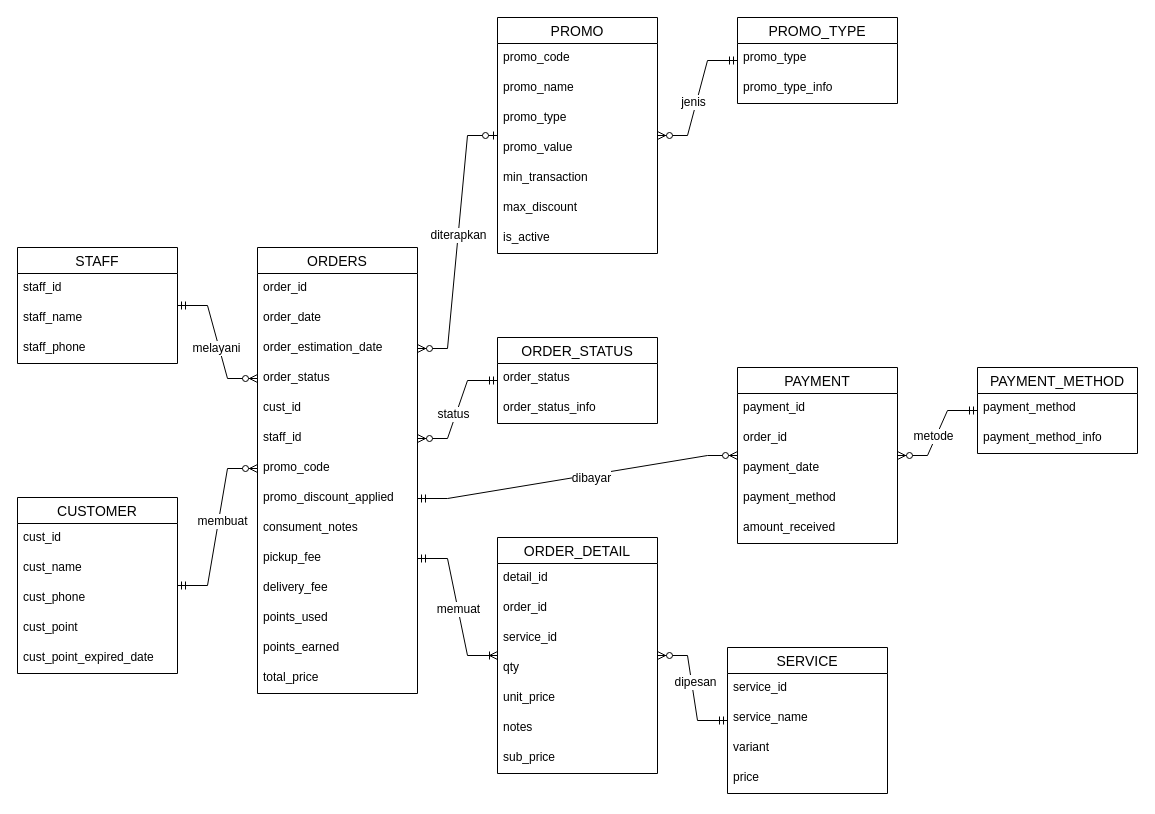
Earlier version of the draw.io diagram docs/erd-logis.drawio (restumj/laundry-project). Source tidied: cells renumbered, new cells numbered last; positions are measured from the earlier drawing's top-left corner, leaving out a move shared by most shapes. Both pictures are drawn from the tidied source at 100%, with x=0, y=0 at pixel (17, 17).
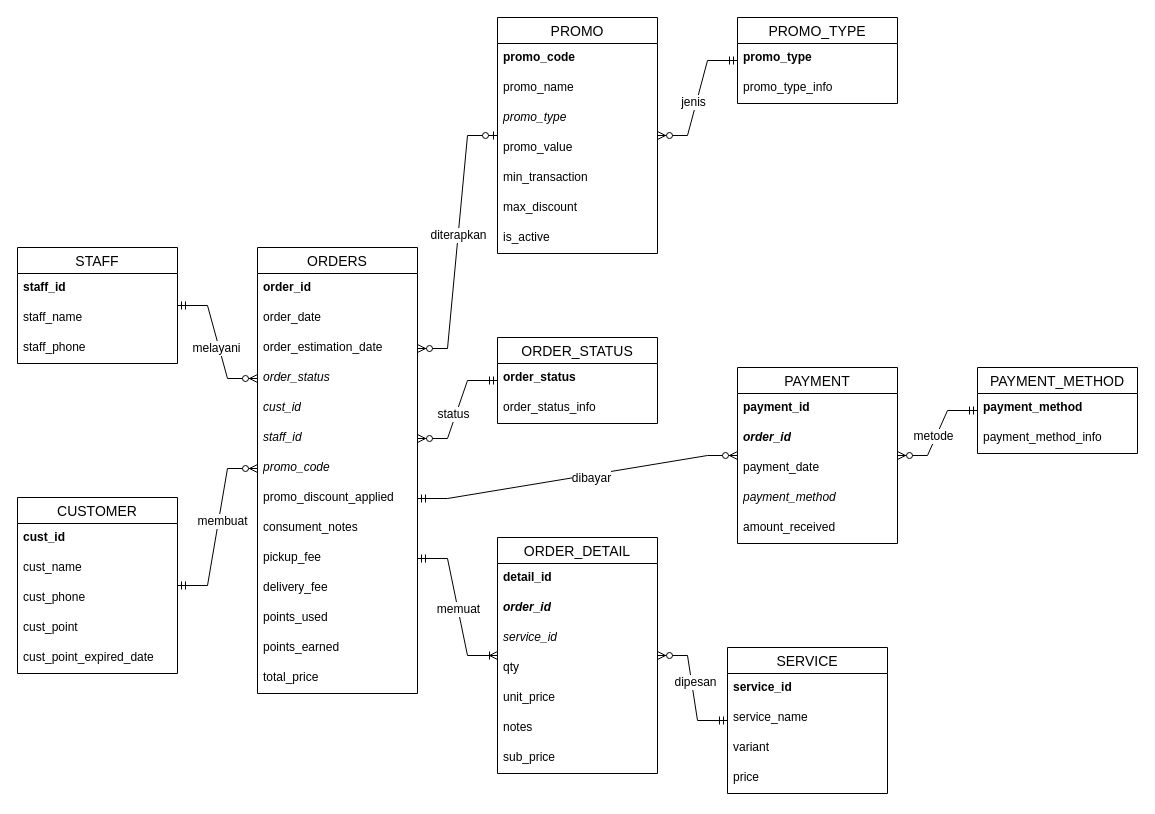
The same diagram, later.

Unchanged cells that the change refers to:
```xml
<mxCell id="2" value="ORDERS" style="swimlane;fontStyle=0;horizontal=1;startSize=26;align=center;fontSize=14;" parent="1" vertex="1">
  <mxGeometry x="240" y="230" width="160" height="446" as="geometry" />
</mxCell>
<mxCell id="17" value="ORDER_DETAIL" style="swimlane;fontStyle=0;horizontal=1;startSize=26;align=center;fontSize=14;" parent="1" vertex="1">
  <mxGeometry x="480" y="520" width="160" height="236" as="geometry" />
</mxCell>
<mxCell id="25" value="PROMO_TYPE" style="swimlane;fontStyle=0;horizontal=1;startSize=26;align=center;fontSize=14;" parent="1" vertex="1">
  <mxGeometry x="720" width="160" height="86" as="geometry" />
</mxCell>
<mxCell id="28" value="ORDER_STATUS" style="swimlane;fontStyle=0;horizontal=1;startSize=26;align=center;fontSize=14;" parent="1" vertex="1">
  <mxGeometry x="480" y="320" width="160" height="86" as="geometry" />
</mxCell>
<mxCell id="31" value="PAYMENT_METHOD" style="swimlane;fontStyle=0;horizontal=1;startSize=26;align=center;fontSize=14;" parent="1" vertex="1">
  <mxGeometry x="960" y="350" width="160" height="86" as="geometry" />
</mxCell>
<mxCell id="34" value="STAFF" style="swimlane;fontStyle=0;horizontal=1;startSize=26;align=center;fontSize=14;" parent="1" vertex="1">
  <mxGeometry y="230" width="160" height="116" as="geometry" />
</mxCell>
<mxCell id="38" value="SERVICE" style="swimlane;fontStyle=0;horizontal=1;startSize=26;align=center;fontSize=14;" parent="1" vertex="1">
  <mxGeometry x="710" y="630" width="160" height="146" as="geometry" />
</mxCell>
<mxCell id="43" value="PROMO" style="swimlane;fontStyle=0;horizontal=1;startSize=26;align=center;fontSize=14;" parent="1" vertex="1">
  <mxGeometry x="480" width="160" height="236" as="geometry" />
</mxCell>
<mxCell id="51" value="PAYMENT" style="swimlane;fontStyle=0;horizontal=1;startSize=26;align=center;fontSize=14;" parent="1" vertex="1">
  <mxGeometry x="720" y="350" width="160" height="176" as="geometry" />
</mxCell>
<mxCell id="57" value="CUSTOMER" style="swimlane;fontStyle=0;horizontal=1;startSize=26;align=center;fontSize=14;" parent="1" vertex="1">
  <mxGeometry y="480" width="160" height="176" as="geometry" />
</mxCell>
```

Diff of the diagram source:
```diff
@@
-    <mxCell id="3" value="order_id" style="text;strokeColor=none;fillColor=none;spacingLeft=4;spacingRight=4;overflow=hidden;fontSize=12;whiteSpace=wrap;html=1;" parent="2" vertex="1">
+    <mxCell id="3" value="&lt;b&gt;order_id&lt;/b&gt;" style="text;strokeColor=none;fillColor=none;spacingLeft=4;spacingRight=4;overflow=hidden;fontSize=12;whiteSpace=wrap;html=1;" parent="2" vertex="1">
       <mxGeometry y="26" width="160" height="30" as="geometry" />
     </mxCell>
@@
-    <mxCell id="6" value="order_status" style="text;strokeColor=none;fillColor=none;spacingLeft=4;spacingRight=4;overflow=hidden;points=[[0,0.5],[1,0.5]];portConstraint=eastwest;fontSize=12;whiteSpace=wrap;html=1;" parent="2" vertex="1">
+    <mxCell id="6" value="&lt;i&gt;order_status&lt;/i&gt;" style="text;strokeColor=none;fillColor=none;spacingLeft=4;spacingRight=4;overflow=hidden;points=[[0,0.5],[1,0.5]];portConstraint=eastwest;fontSize=12;whiteSpace=wrap;html=1;" parent="2" vertex="1">
       <mxGeometry y="116" width="160" height="30" as="geometry" />
     </mxCell>
-    <mxCell id="7" value="cust_id" style="text;strokeColor=none;fillColor=none;spacingLeft=4;spacingRight=4;overflow=hidden;fontSize=12;whiteSpace=wrap;html=1;" parent="2" vertex="1">
+    <mxCell id="7" value="&lt;i&gt;cust_id&lt;/i&gt;" style="text;strokeColor=none;fillColor=none;spacingLeft=4;spacingRight=4;overflow=hidden;fontSize=12;whiteSpace=wrap;html=1;" parent="2" vertex="1">
       <mxGeometry y="146" width="160" height="30" as="geometry" />
     </mxCell>
-    <mxCell id="8" value="staff_id" style="text;strokeColor=none;fillColor=none;spacingLeft=4;spacingRight=4;overflow=hidden;points=[[0,0.5],[1,0.5]];portConstraint=eastwest;fontSize=12;whiteSpace=wrap;html=1;" parent="2" vertex="1">
+    <mxCell id="8" value="&lt;i&gt;staff_id&lt;/i&gt;" style="text;strokeColor=none;fillColor=none;spacingLeft=4;spacingRight=4;overflow=hidden;points=[[0,0.5],[1,0.5]];portConstraint=eastwest;fontSize=12;whiteSpace=wrap;html=1;" parent="2" vertex="1">
       <mxGeometry y="176" width="160" height="30" as="geometry" />
     </mxCell>
-    <mxCell id="9" value="promo_code" style="text;strokeColor=none;fillColor=none;spacingLeft=4;spacingRight=4;overflow=hidden;points=[[0,0.5],[1,0.5]];portConstraint=eastwest;fontSize=12;whiteSpace=wrap;html=1;" parent="2" vertex="1">
+    <mxCell id="9" value="&lt;i&gt;promo_code&lt;/i&gt;" style="text;strokeColor=none;fillColor=none;spacingLeft=4;spacingRight=4;overflow=hidden;points=[[0,0.5],[1,0.5]];portConstraint=eastwest;fontSize=12;whiteSpace=wrap;html=1;" parent="2" vertex="1">
       <mxGeometry y="206" width="160" height="30" as="geometry" />
     </mxCell>
@@
-    <mxCell id="18" value="detail_id" style="text;strokeColor=none;fillColor=none;spacingLeft=4;spacingRight=4;overflow=hidden;fontSize=12;whiteSpace=wrap;html=1;" parent="17" vertex="1">
+    <mxCell id="18" value="&lt;b&gt;detail_id&lt;/b&gt;" style="text;strokeColor=none;fillColor=none;spacingLeft=4;spacingRight=4;overflow=hidden;fontSize=12;whiteSpace=wrap;html=1;" parent="17" vertex="1">
       <mxGeometry y="26" width="160" height="30" as="geometry" />
     </mxCell>
-    <mxCell id="19" value="order_id" style="text;strokeColor=none;fillColor=none;spacingLeft=4;spacingRight=4;overflow=hidden;fontSize=12;whiteSpace=wrap;html=1;" parent="17" vertex="1">
+    <mxCell id="19" value="&lt;b&gt;&lt;i&gt;order_id&lt;/i&gt;&lt;/b&gt;" style="text;strokeColor=none;fillColor=none;spacingLeft=4;spacingRight=4;overflow=hidden;fontSize=12;whiteSpace=wrap;html=1;" parent="17" vertex="1">
       <mxGeometry y="56" width="160" height="30" as="geometry" />
     </mxCell>
-    <mxCell id="20" value="service_id" style="text;strokeColor=none;fillColor=none;spacingLeft=4;spacingRight=4;overflow=hidden;fontSize=12;whiteSpace=wrap;html=1;" parent="17" vertex="1">
+    <mxCell id="20" value="&lt;i&gt;service_id&lt;/i&gt;" style="text;strokeColor=none;fillColor=none;spacingLeft=4;spacingRight=4;overflow=hidden;fontSize=12;whiteSpace=wrap;html=1;" parent="17" vertex="1">
       <mxGeometry y="86" width="160" height="30" as="geometry" />
     </mxCell>
@@
-    <mxCell id="26" value="promo_type" style="text;strokeColor=none;fillColor=none;spacingLeft=4;spacingRight=4;overflow=hidden;fontSize=12;whiteSpace=wrap;html=1;" parent="25" vertex="1">
+    <mxCell id="26" value="&lt;b&gt;promo_type&lt;/b&gt;" style="text;strokeColor=none;fillColor=none;spacingLeft=4;spacingRight=4;overflow=hidden;fontSize=12;whiteSpace=wrap;html=1;" parent="25" vertex="1">
       <mxGeometry y="26" width="160" height="30" as="geometry" />
     </mxCell>
@@
-    <mxCell id="29" value="order_status" style="text;strokeColor=none;fillColor=none;spacingLeft=4;spacingRight=4;overflow=hidden;fontSize=12;whiteSpace=wrap;html=1;" parent="28" vertex="1">
+    <mxCell id="29" value="&lt;b&gt;order_status&lt;/b&gt;" style="text;strokeColor=none;fillColor=none;spacingLeft=4;spacingRight=4;overflow=hidden;fontSize=12;whiteSpace=wrap;html=1;" parent="28" vertex="1">
       <mxGeometry y="26" width="160" height="30" as="geometry" />
     </mxCell>
@@
-    <mxCell id="32" value="payment_method" style="text;strokeColor=none;fillColor=none;spacingLeft=4;spacingRight=4;overflow=hidden;fontSize=12;whiteSpace=wrap;html=1;" parent="31" vertex="1">
+    <mxCell id="32" value="&lt;b&gt;payment_method&lt;/b&gt;" style="text;strokeColor=none;fillColor=none;spacingLeft=4;spacingRight=4;overflow=hidden;fontSize=12;whiteSpace=wrap;html=1;" parent="31" vertex="1">
       <mxGeometry y="26" width="160" height="30" as="geometry" />
     </mxCell>
@@
-    <mxCell id="35" value="staff_id" style="text;strokeColor=none;fillColor=none;spacingLeft=4;spacingRight=4;overflow=hidden;fontSize=12;whiteSpace=wrap;html=1;" parent="34" vertex="1">
+    <mxCell id="35" value="&lt;b&gt;staff_id&lt;/b&gt;" style="text;strokeColor=none;fillColor=none;spacingLeft=4;spacingRight=4;overflow=hidden;fontSize=12;whiteSpace=wrap;html=1;" parent="34" vertex="1">
       <mxGeometry y="26" width="160" height="30" as="geometry" />
     </mxCell>
@@
-    <mxCell id="39" value="service_id" style="text;strokeColor=none;fillColor=none;spacingLeft=4;spacingRight=4;overflow=hidden;fontSize=12;whiteSpace=wrap;html=1;" parent="38" vertex="1">
+    <mxCell id="39" value="&lt;b&gt;service_id&lt;/b&gt;" style="text;strokeColor=none;fillColor=none;spacingLeft=4;spacingRight=4;overflow=hidden;fontSize=12;whiteSpace=wrap;html=1;" parent="38" vertex="1">
       <mxGeometry y="26" width="160" height="30" as="geometry" />
     </mxCell>
@@
-    <mxCell id="44" value="promo_code" style="text;strokeColor=none;fillColor=none;spacingLeft=4;spacingRight=4;overflow=hidden;fontSize=12;whiteSpace=wrap;html=1;" parent="43" vertex="1">
+    <mxCell id="44" value="&lt;b&gt;promo_code&lt;/b&gt;" style="text;strokeColor=none;fillColor=none;spacingLeft=4;spacingRight=4;overflow=hidden;fontSize=12;whiteSpace=wrap;html=1;" parent="43" vertex="1">
       <mxGeometry y="26" width="160" height="30" as="geometry" />
     </mxCell>
@@
-    <mxCell id="46" value="promo_type" style="text;strokeColor=none;fillColor=none;spacingLeft=4;spacingRight=4;overflow=hidden;fontSize=12;whiteSpace=wrap;html=1;" parent="43" vertex="1">
+    <mxCell id="46" value="&lt;i&gt;promo_type&lt;/i&gt;" style="text;strokeColor=none;fillColor=none;spacingLeft=4;spacingRight=4;overflow=hidden;fontSize=12;whiteSpace=wrap;html=1;" parent="43" vertex="1">
       <mxGeometry y="86" width="160" height="30" as="geometry" />
     </mxCell>
@@
-    <mxCell id="52" value="payment_id" style="text;strokeColor=none;fillColor=none;spacingLeft=4;spacingRight=4;overflow=hidden;fontSize=12;whiteSpace=wrap;html=1;" parent="51" vertex="1">
+    <mxCell id="52" value="&lt;b&gt;payment_id&lt;/b&gt;" style="text;strokeColor=none;fillColor=none;spacingLeft=4;spacingRight=4;overflow=hidden;fontSize=12;whiteSpace=wrap;html=1;" parent="51" vertex="1">
       <mxGeometry y="26" width="160" height="30" as="geometry" />
     </mxCell>
-    <mxCell id="53" value="order_id" style="text;strokeColor=none;fillColor=none;spacingLeft=4;spacingRight=4;overflow=hidden;fontSize=12;whiteSpace=wrap;html=1;" parent="51" vertex="1">
+    <mxCell id="53" value="&lt;b&gt;&lt;i&gt;order_id&lt;/i&gt;&lt;/b&gt;" style="text;strokeColor=none;fillColor=none;spacingLeft=4;spacingRight=4;overflow=hidden;fontSize=12;whiteSpace=wrap;html=1;" parent="51" vertex="1">
       <mxGeometry y="56" width="160" height="30" as="geometry" />
     </mxCell>
@@
-    <mxCell id="55" value="payment_method" style="text;strokeColor=none;fillColor=none;spacingLeft=4;spacingRight=4;overflow=hidden;fontSize=12;whiteSpace=wrap;html=1;" parent="51" vertex="1">
+    <mxCell id="55" value="&lt;i&gt;payment_method&lt;/i&gt;" style="text;strokeColor=none;fillColor=none;spacingLeft=4;spacingRight=4;overflow=hidden;fontSize=12;whiteSpace=wrap;html=1;" parent="51" vertex="1">
       <mxGeometry y="116" width="160" height="30" as="geometry" />
     </mxCell>
@@
-    <mxCell id="58" value="cust_id" style="text;strokeColor=none;fillColor=none;spacingLeft=4;spacingRight=4;overflow=hidden;fontSize=12;whiteSpace=wrap;html=1;" parent="57" vertex="1">
+    <mxCell id="58" value="&lt;b&gt;cust_id&lt;/b&gt;" style="text;strokeColor=none;fillColor=none;spacingLeft=4;spacingRight=4;overflow=hidden;fontSize=12;whiteSpace=wrap;html=1;" parent="57" vertex="1">
       <mxGeometry y="26" width="160" height="30" as="geometry" />
     </mxCell>
```
